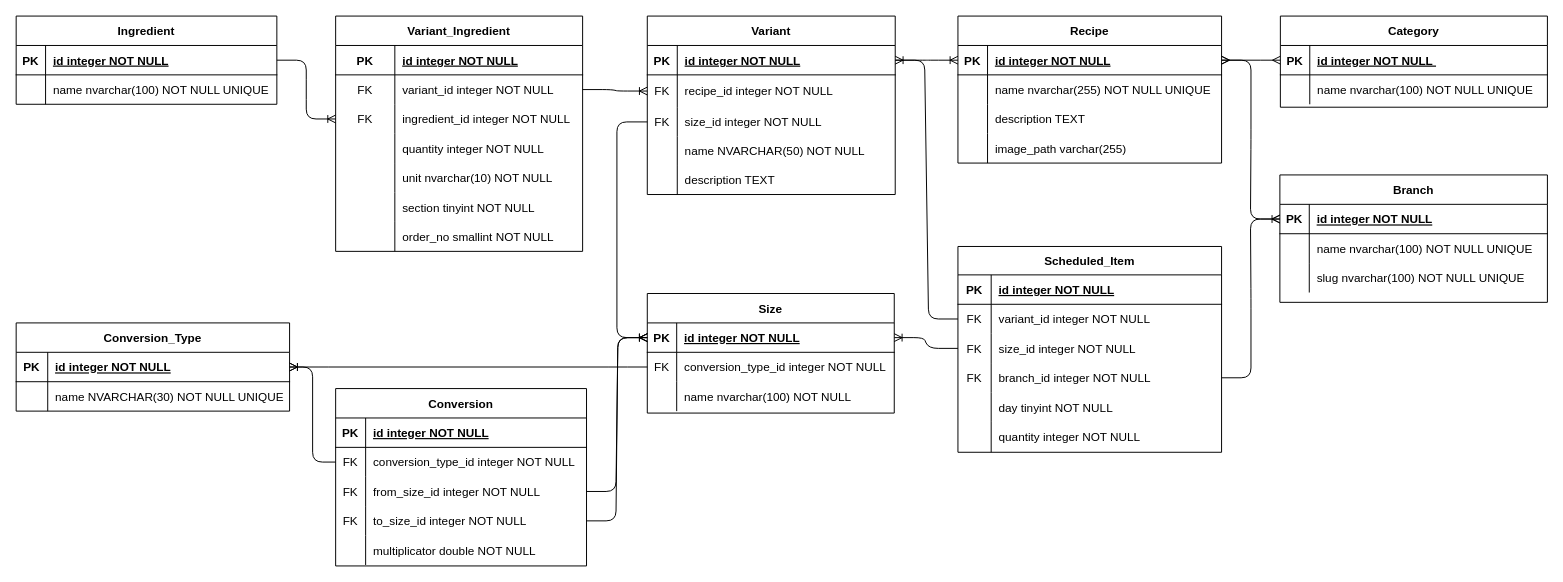
Before: documentation/ERM.drawio in MetaEMK/RecipeManager_Backend, a draw.io diagram. Source tidied: cells renumbered, new cells numbered last; positions are measured from the earlier drawing's top-left corner, leaving out a move shared by most shapes. Both pictures are drawn from the tidied source at 98%, with x=0, y=0 at pixel (16, 16).
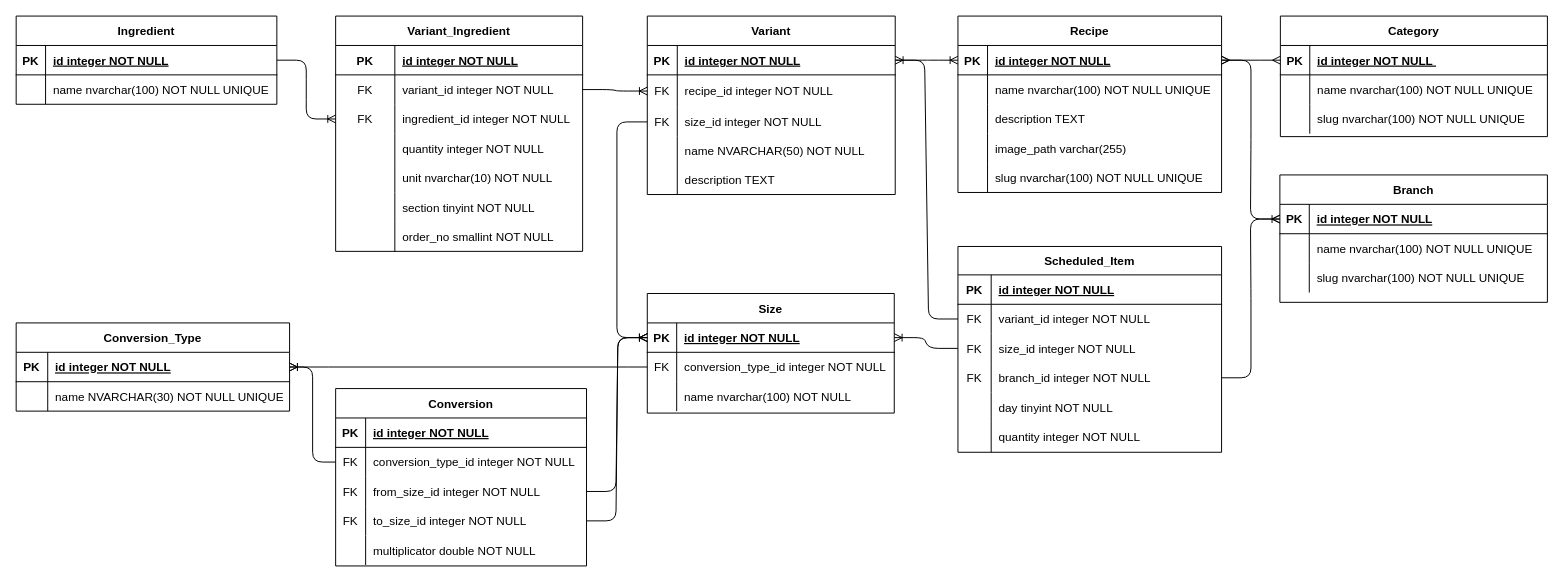
After the change.

Unchanged cells that the change refers to:
```xml
<mxCell id="13" style="shape=partialRectangle;fillColor=none;top=0;left=0;bottom=0;right=0;" parent="9" vertex="1">
  <mxGeometry y="60" width="269" height="30" as="geometry" />
</mxCell>
```

What changed in the source:
```diff
@@
     <mxCell id="2" value="Category" style="shape=table;startSize=30;childLayout=tableLayout;rowLines=0;fontStyle=1;align=center;" parent="1" vertex="1">
-      <mxGeometry x="1290" y="-0.1" width="272.5" height="93" as="geometry" />
+      <mxGeometry x="1290" y="-0.1" width="272.5" height="123" as="geometry" />
     </mxCell>
@@
+    <mxCell id="142" style="shape=partialRectangle;fillColor=none;top=0;left=0;bottom=0;right=0;" parent="2" vertex="1">
+      <mxGeometry y="90" width="272.5" height="30" as="geometry" />
+    </mxCell>
+    <mxCell id="143" style="shape=partialRectangle;fillColor=none;top=0;left=0;bottom=0;right=0;overflow=hidden;" parent="142" vertex="1">
+      <mxGeometry width="30" height="30" as="geometry" />
+    </mxCell>
+    <mxCell id="144" value="slug nvarchar(100) NOT NULL UNIQUE" style="shape=partialRectangle;fillColor=none;top=0;left=0;bottom=0;right=0;align=left;spacingLeft=6;overflow=hidden;" parent="142" vertex="1">
+      <mxGeometry x="30" width="242.5" height="30" as="geometry" />
+    </mxCell>
     <mxCell id="9" value="Recipe" style="shape=table;startSize=30;childLayout=tableLayout;rowLines=0;fontStyle=1;align=center;" parent="1" vertex="1">
-      <mxGeometry x="961" y="-0.1" width="269" height="150" as="geometry" />
+      <mxGeometry x="961" y="-0.1" width="269" height="180" as="geometry" />
     </mxCell>
@@
-    <mxCell id="15" value="name nvarchar(255) NOT NULL UNIQUE" style="shape=partialRectangle;fillColor=none;top=0;left=0;bottom=0;right=0;align=left;spacingLeft=6;overflow=hidden;" parent="13" vertex="1">
+    <mxCell id="15" value="name nvarchar(100) NOT NULL UNIQUE" style="shape=partialRectangle;fillColor=none;top=0;left=0;bottom=0;right=0;align=left;spacingLeft=6;overflow=hidden;" parent="13" vertex="1">
       <mxGeometry x="30.2" width="238.7" height="30" as="geometry" />
     </mxCell>
@@
+    <mxCell id="145" style="shape=partialRectangle;fillColor=none;top=0;left=0;bottom=0;right=0;" parent="9" vertex="1">
+      <mxGeometry y="150" width="269" height="30" as="geometry" />
+    </mxCell>
+    <mxCell id="146" style="shape=partialRectangle;fillColor=none;top=0;left=0;bottom=0;right=0;overflow=hidden;" parent="145" vertex="1">
+      <mxGeometry width="30.2" height="30" as="geometry" />
+    </mxCell>
+    <mxCell id="147" value="slug nvarchar(100) NOT NULL UNIQUE" style="shape=partialRectangle;fillColor=none;top=0;left=0;bottom=0;right=0;align=left;spacingLeft=6;overflow=hidden;" parent="145" vertex="1">
+      <mxGeometry x="30.2" width="238.7" height="30" as="geometry" />
+    </mxCell>
```
